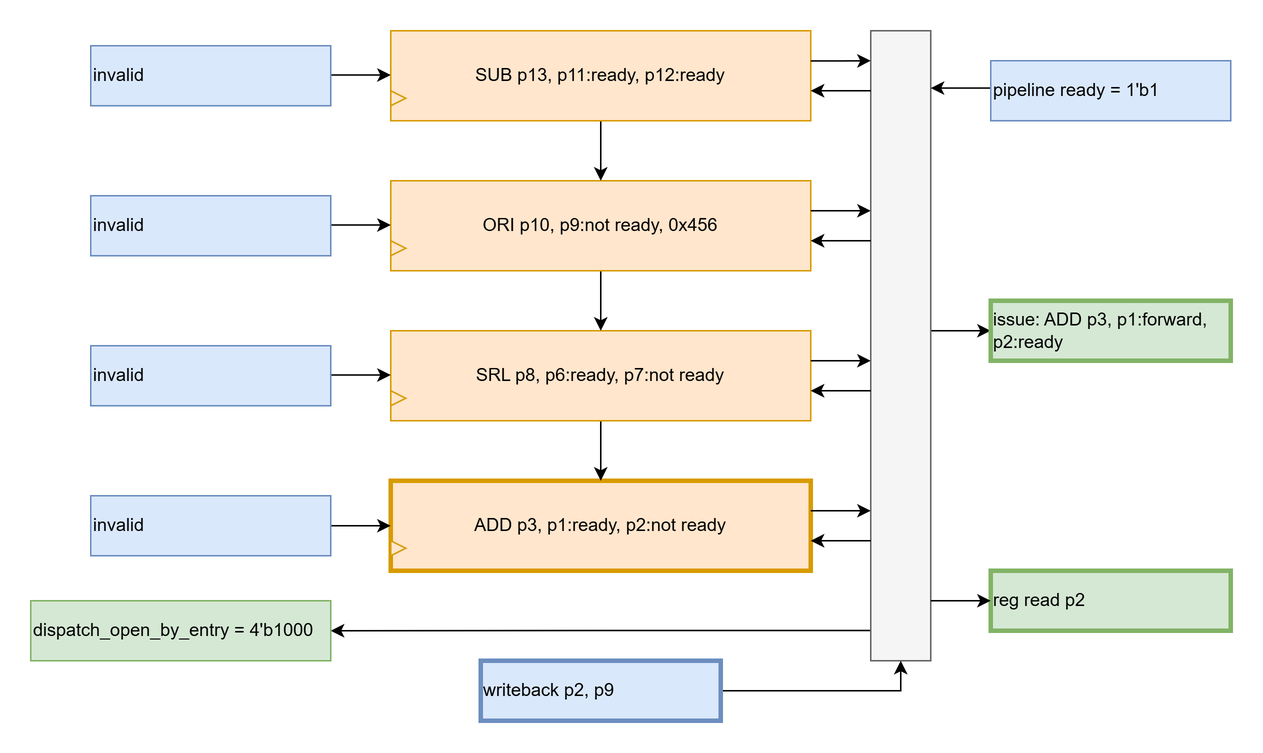
zlagpacan/LOROF keeps this draw.io diagram as spec/design/alu_iq_cycle_5.png. Above is the earlier version. Source tidied: cells renumbered, new cells last; positions are measured from the earlier drawing's top-left corner, leaving out a move shared by most shapes. The source it was exported from:
```xml
<mxGraphModel>
  <root>
    <mxCell id="0" />
    <mxCell id="1" parent="0" />
    <mxCell id="2" value="&lt;span style=&quot;text-align: left;&quot;&gt;ADD p3, p1:ready, p2:not ready&lt;/span&gt;" style="rounded=0;whiteSpace=wrap;html=1;fillColor=#ffe6cc;strokeColor=#d79b00;strokeWidth=3;" parent="1" vertex="1">
      <mxGeometry x="240" y="300" width="280" height="60" as="geometry" />
    </mxCell>
    <mxCell id="3" style="endArrow=classic;html=1;rounded=0;entryX=0;entryY=0.5;entryDx=0;entryDy=0;" parent="1" edge="1" target="2">
      <mxGeometry relative="1" as="geometry">
        <mxPoint x="200" y="330" as="sourcePoint" />
      </mxGeometry>
    </mxCell>
    <mxCell id="4" style="triangle;whiteSpace=wrap;html=1;fillColor=#ffe6cc;strokeColor=#d79b00;" parent="1" vertex="1">
      <mxGeometry x="240" y="340" width="10" height="10" as="geometry" />
    </mxCell>
    <mxCell id="5" style="edgeStyle=orthogonalEdgeStyle;rounded=0;jettySize=auto;html=1;exitX=0.5;exitY=1;exitDx=0;exitDy=0;entryX=0.5;entryY=0;entryDx=0;entryDy=0;" parent="1" edge="1" source="6" target="2">
      <mxGeometry relative="1" as="geometry" />
    </mxCell>
    <mxCell id="6" value="&lt;span style=&quot;text-align: left;&quot;&gt;SRL p8, p6:ready, p7:not ready&lt;/span&gt;" style="rounded=0;whiteSpace=wrap;html=1;fillColor=#ffe6cc;strokeColor=#d79b00;" parent="1" vertex="1">
      <mxGeometry x="240" y="200" width="280" height="60" as="geometry" />
    </mxCell>
    <mxCell id="7" style="triangle;whiteSpace=wrap;html=1;fillColor=#ffe6cc;strokeColor=#d79b00;" parent="1" vertex="1">
      <mxGeometry x="240" y="240" width="10" height="10" as="geometry" />
    </mxCell>
    <mxCell id="8" style="edgeStyle=orthogonalEdgeStyle;rounded=0;jettySize=auto;html=1;exitX=0.5;exitY=1;exitDx=0;exitDy=0;entryX=0.5;entryY=0;entryDx=0;entryDy=0;" parent="1" edge="1" source="9" target="6">
      <mxGeometry relative="1" as="geometry" />
    </mxCell>
    <mxCell id="9" value="&lt;span style=&quot;text-align: left;&quot;&gt;ORI p10, p9:not ready, 0x456&lt;/span&gt;" style="rounded=0;whiteSpace=wrap;html=1;fillColor=#ffe6cc;strokeColor=#d79b00;" parent="1" vertex="1">
      <mxGeometry x="240" y="100" width="280" height="60" as="geometry" />
    </mxCell>
    <mxCell id="10" style="triangle;whiteSpace=wrap;html=1;fillColor=#ffe6cc;strokeColor=#d79b00;" parent="1" vertex="1">
      <mxGeometry x="240" y="140" width="10" height="10" as="geometry" />
    </mxCell>
    <mxCell id="11" style="edgeStyle=orthogonalEdgeStyle;rounded=0;jettySize=auto;html=1;exitX=0.5;exitY=1;exitDx=0;exitDy=0;entryX=0.5;entryY=0;entryDx=0;entryDy=0;" parent="1" edge="1" source="12" target="9">
      <mxGeometry relative="1" as="geometry" />
    </mxCell>
    <mxCell id="12" value="&lt;span style=&quot;text-align: left;&quot;&gt;SUB p13, p11:ready, p12:ready&lt;/span&gt;" style="rounded=0;whiteSpace=wrap;html=1;fillColor=#ffe6cc;strokeColor=#d79b00;" parent="1" vertex="1">
      <mxGeometry x="240" width="280" height="60" as="geometry" />
    </mxCell>
    <mxCell id="13" style="triangle;whiteSpace=wrap;html=1;fillColor=#ffe6cc;strokeColor=#d79b00;" parent="1" vertex="1">
      <mxGeometry x="240" y="40" width="10" height="10" as="geometry" />
    </mxCell>
    <mxCell id="14" style="endArrow=classic;html=1;rounded=0;entryX=0;entryY=0.5;entryDx=0;entryDy=0;" parent="1" edge="1">
      <mxGeometry relative="1" as="geometry">
        <mxPoint x="200" y="229.5" as="sourcePoint" />
        <mxPoint x="240" y="229.5" as="targetPoint" />
      </mxGeometry>
    </mxCell>
    <mxCell id="15" style="endArrow=classic;html=1;rounded=0;entryX=0;entryY=0.5;entryDx=0;entryDy=0;" parent="1" edge="1">
      <mxGeometry relative="1" as="geometry">
        <mxPoint x="200" y="129.5" as="sourcePoint" />
        <mxPoint x="240" y="129.5" as="targetPoint" />
      </mxGeometry>
    </mxCell>
    <mxCell id="16" style="endArrow=classic;html=1;rounded=0;entryX=0;entryY=0.5;entryDx=0;entryDy=0;" parent="1" edge="1">
      <mxGeometry relative="1" as="geometry">
        <mxPoint x="200" y="29.5" as="sourcePoint" />
        <mxPoint x="240" y="29.5" as="targetPoint" />
      </mxGeometry>
    </mxCell>
    <mxCell id="17" style="edgeStyle=orthogonalEdgeStyle;rounded=0;jettySize=auto;html=1;entryX=1;entryY=0.5;entryDx=0;entryDy=0;exitX=0;exitY=0.952;exitDx=0;exitDy=0;exitPerimeter=0;" parent="1" edge="1" source="19" target="31">
      <mxGeometry relative="1" as="geometry" />
    </mxCell>
    <mxCell id="18" style="edgeStyle=orthogonalEdgeStyle;rounded=0;jettySize=auto;html=1;entryX=0;entryY=0.5;entryDx=0;entryDy=0;" parent="1" edge="1" target="34">
      <mxGeometry relative="1" as="geometry">
        <mxPoint x="600" y="200" as="sourcePoint" />
        <Array as="points">
          <mxPoint x="640" y="200" />
          <mxPoint x="640" y="200" />
        </Array>
      </mxGeometry>
    </mxCell>
    <mxCell id="19" style="rounded=0;whiteSpace=wrap;html=1;fillColor=#f5f5f5;fontColor=#333333;strokeColor=#666666;" parent="1" vertex="1">
      <mxGeometry x="560" width="40" height="420" as="geometry" />
    </mxCell>
    <mxCell id="20" style="edgeStyle=orthogonalEdgeStyle;rounded=0;orthogonalLoop=1;jettySize=auto;html=1;exitX=1;exitY=0.5;exitDx=0;exitDy=0;" parent="1" edge="1">
      <mxGeometry relative="1" as="geometry">
        <mxPoint x="520" y="20.1" as="sourcePoint" />
        <mxPoint x="560" y="20" as="targetPoint" />
        <Array as="points">
          <mxPoint x="550" y="20.1" />
          <mxPoint x="550" y="20.1" />
        </Array>
      </mxGeometry>
    </mxCell>
    <mxCell id="21" style="edgeStyle=orthogonalEdgeStyle;rounded=0;orthogonalLoop=1;jettySize=auto;html=1;" parent="1" edge="1">
      <mxGeometry relative="1" as="geometry">
        <mxPoint x="560" y="40" as="sourcePoint" />
        <mxPoint x="520" y="40" as="targetPoint" />
        <Array as="points">
          <mxPoint x="520" y="40" />
          <mxPoint x="520" y="40" />
        </Array>
      </mxGeometry>
    </mxCell>
    <mxCell id="22" style="edgeStyle=orthogonalEdgeStyle;rounded=0;orthogonalLoop=1;jettySize=auto;html=1;exitX=1;exitY=0.5;exitDx=0;exitDy=0;" parent="1" edge="1">
      <mxGeometry relative="1" as="geometry">
        <mxPoint x="520" y="120" as="sourcePoint" />
        <mxPoint x="560" y="120" as="targetPoint" />
        <Array as="points">
          <mxPoint x="550" y="120" />
          <mxPoint x="550" y="120" />
        </Array>
      </mxGeometry>
    </mxCell>
    <mxCell id="23" style="edgeStyle=orthogonalEdgeStyle;rounded=0;orthogonalLoop=1;jettySize=auto;html=1;" parent="1" edge="1">
      <mxGeometry relative="1" as="geometry">
        <mxPoint x="560" y="140" as="sourcePoint" />
        <mxPoint x="520" y="140" as="targetPoint" />
        <Array as="points">
          <mxPoint x="520" y="140" />
          <mxPoint x="520" y="140" />
        </Array>
      </mxGeometry>
    </mxCell>
    <mxCell id="24" style="edgeStyle=orthogonalEdgeStyle;rounded=0;orthogonalLoop=1;jettySize=auto;html=1;" parent="1" edge="1">
      <mxGeometry relative="1" as="geometry">
        <mxPoint x="520" y="220" as="sourcePoint" />
        <mxPoint x="560" y="220" as="targetPoint" />
        <Array as="points">
          <mxPoint x="550" y="219.8" />
          <mxPoint x="550" y="219.8" />
        </Array>
      </mxGeometry>
    </mxCell>
    <mxCell id="25" style="edgeStyle=orthogonalEdgeStyle;rounded=0;orthogonalLoop=1;jettySize=auto;html=1;" parent="1" edge="1">
      <mxGeometry relative="1" as="geometry">
        <mxPoint x="560" y="240" as="sourcePoint" />
        <mxPoint x="520" y="240" as="targetPoint" />
        <Array as="points">
          <mxPoint x="520" y="239.8" />
          <mxPoint x="520" y="239.8" />
        </Array>
      </mxGeometry>
    </mxCell>
    <mxCell id="26" style="edgeStyle=orthogonalEdgeStyle;rounded=0;orthogonalLoop=1;jettySize=auto;html=1;" parent="1" edge="1">
      <mxGeometry relative="1" as="geometry">
        <mxPoint x="520" y="320" as="sourcePoint" />
        <mxPoint x="560" y="320" as="targetPoint" />
        <Array as="points">
          <mxPoint x="550" y="319.7" />
          <mxPoint x="550" y="319.7" />
        </Array>
      </mxGeometry>
    </mxCell>
    <mxCell id="27" style="edgeStyle=orthogonalEdgeStyle;rounded=0;orthogonalLoop=1;jettySize=auto;html=1;" parent="1" edge="1">
      <mxGeometry relative="1" as="geometry">
        <mxPoint x="560" y="340" as="sourcePoint" />
        <mxPoint x="520" y="340" as="targetPoint" />
        <Array as="points">
          <mxPoint x="520" y="339.7" />
          <mxPoint x="520" y="339.7" />
        </Array>
      </mxGeometry>
    </mxCell>
    <mxCell id="28" value="invalid" style="text;html=1;align=left;verticalAlign=middle;whiteSpace=wrap;rounded=0;fillColor=#dae8fc;strokeColor=#6c8ebf;strokeWidth=1;" parent="1" vertex="1">
      <mxGeometry x="40" y="10" width="160" height="40" as="geometry" />
    </mxCell>
    <mxCell id="29" style="edgeStyle=orthogonalEdgeStyle;rounded=0;jettySize=auto;html=1;exitX=0;exitY=0.5;exitDx=0;exitDy=0;entryX=1;entryY=0.091;entryDx=0;entryDy=0;entryPerimeter=0;" parent="1" edge="1" source="30" target="19">
      <mxGeometry relative="1" as="geometry">
        <Array as="points">
          <mxPoint x="640" y="40" />
          <mxPoint x="640" y="40" />
        </Array>
      </mxGeometry>
    </mxCell>
    <mxCell id="30" value="pipeline ready = 1'b1" style="text;html=1;align=left;verticalAlign=middle;whiteSpace=wrap;rounded=0;fillColor=#dae8fc;strokeColor=#6c8ebf;strokeWidth=1;" parent="1" vertex="1">
      <mxGeometry x="640" y="20" width="160" height="40" as="geometry" />
    </mxCell>
    <mxCell id="31" value="&lt;span style=&quot;background-color: initial;&quot;&gt;dispatch_open_by_entry = 4'b1000&lt;/span&gt;" style="text;html=1;align=left;verticalAlign=middle;whiteSpace=wrap;rounded=0;fillColor=#d5e8d4;strokeColor=#82b366;" parent="1" vertex="1">
      <mxGeometry y="380" width="200" height="40" as="geometry" />
    </mxCell>
    <mxCell id="32" style="edgeStyle=orthogonalEdgeStyle;rounded=0;jettySize=auto;html=1;exitX=1;exitY=0.5;exitDx=0;exitDy=0;entryX=0.5;entryY=1;entryDx=0;entryDy=0;" parent="1" edge="1" source="33" target="19">
      <mxGeometry relative="1" as="geometry" />
    </mxCell>
    <mxCell id="33" value="writeback p2, p9" style="text;html=1;align=left;verticalAlign=middle;whiteSpace=wrap;rounded=0;fillColor=#dae8fc;strokeColor=#6c8ebf;strokeWidth=3;" parent="1" vertex="1">
      <mxGeometry x="300" y="420" width="160" height="40" as="geometry" />
    </mxCell>
    <mxCell id="34" value="issue: ADD p3, p1:forward, p2:ready" style="text;html=1;align=left;verticalAlign=middle;whiteSpace=wrap;rounded=0;fillColor=#d5e8d4;strokeColor=#82b366;strokeWidth=3;" parent="1" vertex="1">
      <mxGeometry x="640" y="180" width="160" height="40" as="geometry" />
    </mxCell>
    <mxCell id="35" value="reg read p2" style="text;html=1;align=left;verticalAlign=middle;whiteSpace=wrap;rounded=0;fillColor=#d5e8d4;strokeColor=#82b366;strokeWidth=3;" parent="1" vertex="1">
      <mxGeometry x="640" y="360" width="160" height="40" as="geometry" />
    </mxCell>
    <mxCell id="36" style="endArrow=classic;html=1;rounded=0;entryX=0;entryY=0.5;entryDx=0;entryDy=0;" parent="1" edge="1" target="35">
      <mxGeometry relative="1" as="geometry">
        <mxPoint x="600" y="380" as="sourcePoint" />
      </mxGeometry>
    </mxCell>
    <mxCell id="37" value="invalid" style="text;html=1;align=left;verticalAlign=middle;whiteSpace=wrap;rounded=0;fillColor=#dae8fc;strokeColor=#6c8ebf;" parent="1" vertex="1">
      <mxGeometry x="40" y="110" width="160" height="40" as="geometry" />
    </mxCell>
    <mxCell id="38" value="invalid" style="text;html=1;align=left;verticalAlign=middle;whiteSpace=wrap;rounded=0;fillColor=#dae8fc;strokeColor=#6c8ebf;" parent="1" vertex="1">
      <mxGeometry x="40" y="210" width="160" height="40" as="geometry" />
    </mxCell>
    <mxCell id="39" value="invalid" style="text;html=1;align=left;verticalAlign=middle;whiteSpace=wrap;rounded=0;fillColor=#dae8fc;strokeColor=#6c8ebf;" parent="1" vertex="1">
      <mxGeometry x="40" y="310" width="160" height="40" as="geometry" />
    </mxCell>
  </root>
</mxGraphModel>
```
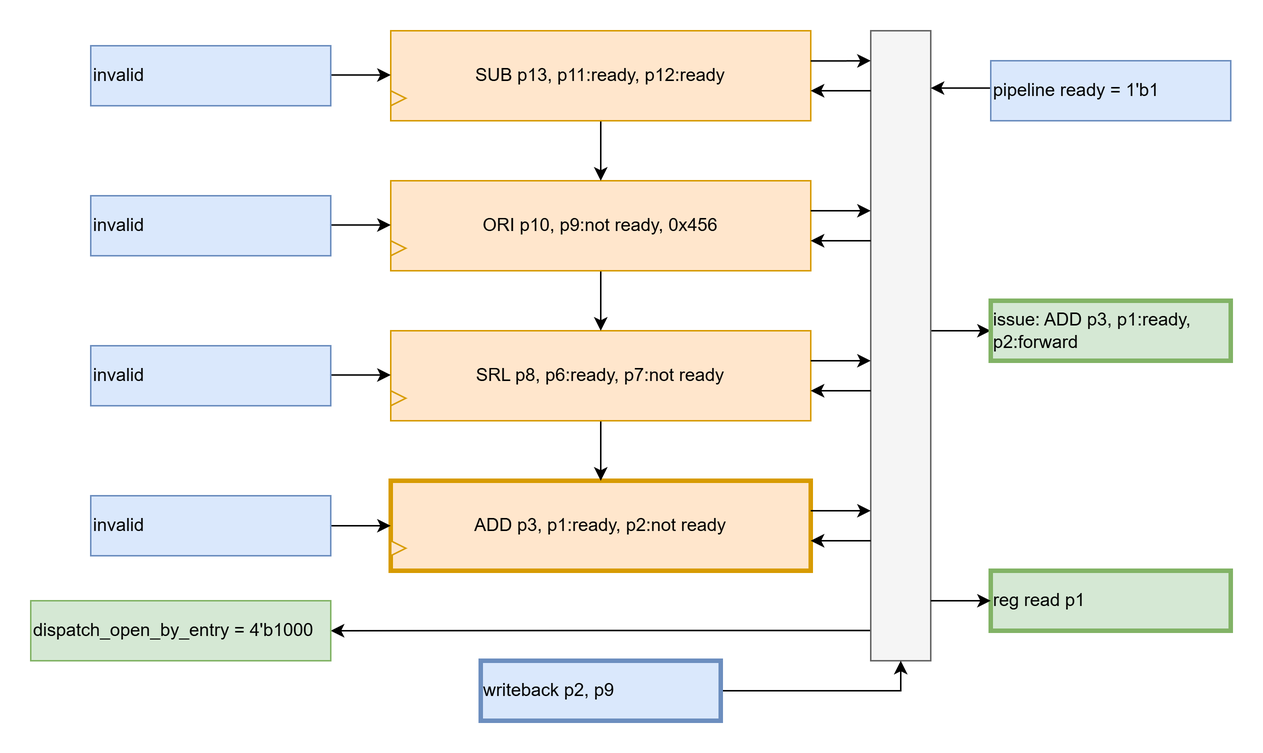
The same file after the commit.

What changed in the source:
```diff
@@ -176,10 +176,10 @@
     <mxCell id="33" value="writeback p2, p9" style="text;html=1;align=left;verticalAlign=middle;whiteSpace=wrap;rounded=0;fillColor=#dae8fc;strokeColor=#6c8ebf;strokeWidth=3;" parent="1" vertex="1">
       <mxGeometry x="300" y="420" width="160" height="40" as="geometry" />
     </mxCell>
-    <mxCell id="34" value="issue: ADD p3, p1:forward, p2:ready" style="text;html=1;align=left;verticalAlign=middle;whiteSpace=wrap;rounded=0;fillColor=#d5e8d4;strokeColor=#82b366;strokeWidth=3;" parent="1" vertex="1">
+    <mxCell id="34" value="issue: ADD p3, p1:ready, p2:forward" style="text;html=1;align=left;verticalAlign=middle;whiteSpace=wrap;rounded=0;fillColor=#d5e8d4;strokeColor=#82b366;strokeWidth=3;" parent="1" vertex="1">
       <mxGeometry x="640" y="180" width="160" height="40" as="geometry" />
     </mxCell>
-    <mxCell id="35" value="reg read p2" style="text;html=1;align=left;verticalAlign=middle;whiteSpace=wrap;rounded=0;fillColor=#d5e8d4;strokeColor=#82b366;strokeWidth=3;" parent="1" vertex="1">
+    <mxCell id="35" value="reg read p1" style="text;html=1;align=left;verticalAlign=middle;whiteSpace=wrap;rounded=0;fillColor=#d5e8d4;strokeColor=#82b366;strokeWidth=3;" parent="1" vertex="1">
       <mxGeometry x="640" y="360" width="160" height="40" as="geometry" />
     </mxCell>
     <mxCell id="36" style="endArrow=classic;html=1;rounded=0;entryX=0;entryY=0.5;entryDx=0;entryDy=0;" parent="1" edge="1" target="35">
```
